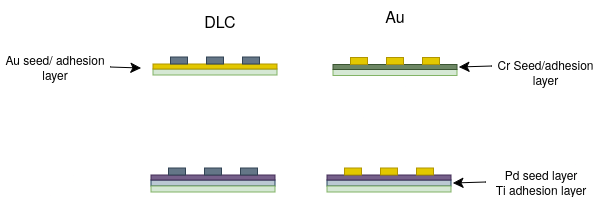
Before: notes/report/images/samples.png, a diagram exported from draw.io (Ribena-dev/CDE4301_IS434). Source tidied: cells renumbered, new cells last; positions are measured from the earlier drawing's top-left corner, leaving out a move shared by most shapes.
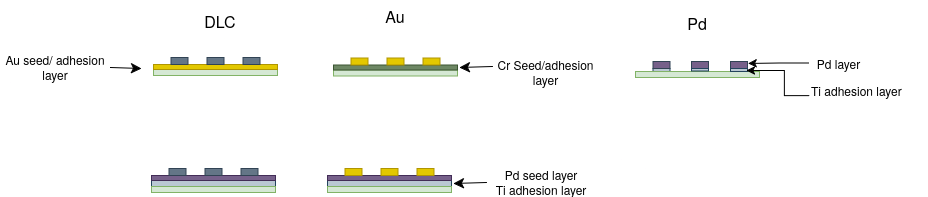
The same diagram one commit later.

Diff of the diagram source:
```diff
@@ -99,5 +99,43 @@
         <mxPoint x="141" y="68" as="targetPoint" />
       </mxGeometry>
     </mxCell>
+    <mxCell id="32" value="Pd" style="text;html=1;whiteSpace=wrap;strokeColor=none;fillColor=none;align=center;verticalAlign=middle;rounded=0;fontSize=16;" parent="1" vertex="1">
+      <mxGeometry x="667" y="7" width="60" height="30" as="geometry" />
+    </mxCell>
+    <mxCell id="33" style="rounded=0;whiteSpace=wrap;html=1;fillColor=#bac8d3;strokeColor=#23445d;" parent="1" vertex="1">
+      <mxGeometry x="652.5" y="68" width="17" height="3" as="geometry" />
+    </mxCell>
+    <mxCell id="34" style="rounded=0;whiteSpace=wrap;html=1;fillColor=#76608A;strokeColor=#314354;fontColor=#ffffff;" parent="1" vertex="1">
+      <mxGeometry x="652.5" y="61" width="17" height="7" as="geometry" />
+    </mxCell>
+    <mxCell id="35" style="rounded=0;whiteSpace=wrap;html=1;fillColor=#d5e8d4;strokeColor=#82b366;" parent="1" vertex="1">
+      <mxGeometry x="635" y="71" width="124" height="6" as="geometry" />
+    </mxCell>
+    <mxCell id="36" style="rounded=0;whiteSpace=wrap;html=1;fillColor=#76608A;strokeColor=#314354;fontColor=#ffffff;" parent="1" vertex="1">
+      <mxGeometry x="691" y="61" width="17" height="7" as="geometry" />
+    </mxCell>
+    <mxCell id="37" style="rounded=0;whiteSpace=wrap;html=1;fillColor=#76608A;strokeColor=#314354;fontColor=#ffffff;" parent="1" vertex="1">
+      <mxGeometry x="730" y="61" width="17" height="7" as="geometry" />
+    </mxCell>
+    <mxCell id="38" style="rounded=0;whiteSpace=wrap;html=1;fillColor=#bac8d3;strokeColor=#23445d;" parent="1" vertex="1">
+      <mxGeometry x="691" y="68" width="17" height="2.5" as="geometry" />
+    </mxCell>
+    <mxCell id="39" style="rounded=0;whiteSpace=wrap;html=1;fillColor=#bac8d3;strokeColor=#23445d;" parent="1" vertex="1">
+      <mxGeometry x="730" y="68" width="17" height="3" as="geometry" />
+    </mxCell>
+    <mxCell id="40" style="edgeStyle=orthogonalEdgeStyle;rounded=0;jettySize=auto;html=1;" parent="1" edge="1" source="41">
+      <mxGeometry relative="1" as="geometry">
+        <mxPoint x="747.7" y="63" as="targetPoint" />
+      </mxGeometry>
+    </mxCell>
+    <mxCell id="41" value="Pd layer" style="text;html=1;whiteSpace=wrap;strokeColor=none;fillColor=none;align=center;verticalAlign=middle;rounded=0;" parent="1" vertex="1">
+      <mxGeometry x="809" y="54.5" width="59" height="16" as="geometry" />
+    </mxCell>
+    <mxCell id="42" value="Ti adhesion layer" style="text;whiteSpace=wrap;html=1;" parent="1" vertex="1">
+      <mxGeometry x="809" y="77" width="119" height="36" as="geometry" />
+    </mxCell>
+    <mxCell id="43" style="edgeStyle=orthogonalEdgeStyle;rounded=0;jettySize=auto;html=1;entryX=0.895;entryY=-0.179;entryDx=0;entryDy=0;entryPerimeter=0;" parent="1" edge="1" source="42" target="35">
+      <mxGeometry relative="1" as="geometry" />
+    </mxCell>
   </root>
 </mxGraphModel>
```
